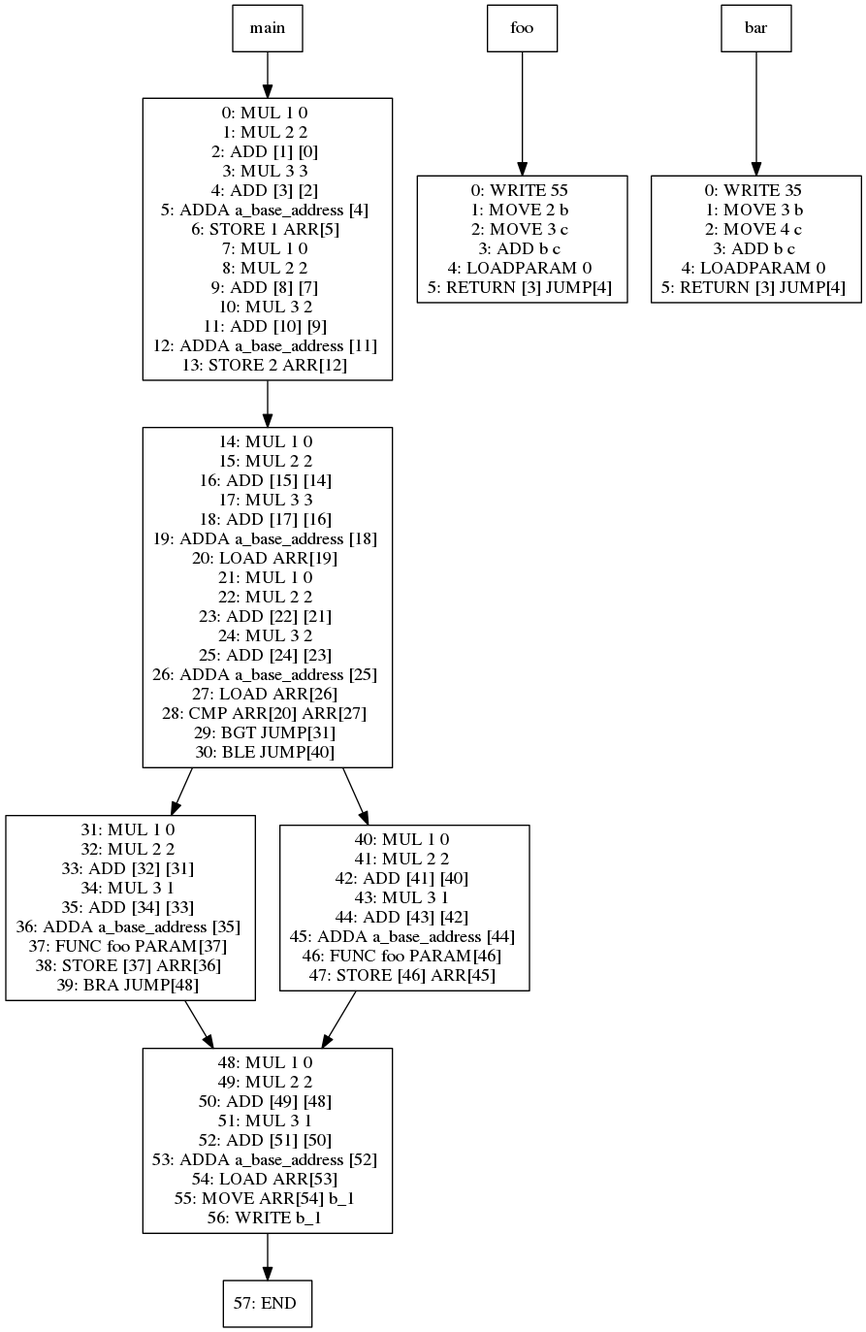
The Graphviz diagram viz/test003.dot.png in jiahanwang/PL241-Compiler, before a commit. Its source is kept beside it as viz/test003.dot. The source it was exported from:
```dot
digraph test003 {
node [shape=box]
1[label="main"]
1 -> 15
15[label="0: MUL 1 0
1: MUL 2 2
2: ADD [1] [0]
3: MUL 3 3
4: ADD [3] [2]
5: ADDA a_base_address [4]
6: STORE 1 ARR[5]
7: MUL 1 0
8: MUL 2 2
9: ADD [8] [7]
10: MUL 3 2
11: ADD [10] [9]
12: ADDA a_base_address [11]
13: STORE 2 ARR[12]
"]
15 -> 17
17[label="14: MUL 1 0
15: MUL 2 2
16: ADD [15] [14]
17: MUL 3 3
18: ADD [17] [16]
19: ADDA a_base_address [18]
20: LOAD ARR[19]
21: MUL 1 0
22: MUL 2 2
23: ADD [22] [21]
24: MUL 3 2
25: ADD [24] [23]
26: ADDA a_base_address [25]
27: LOAD ARR[26]
28: CMP ARR[20] ARR[27]
29: BGT JUMP[31]
30: BLE JUMP[40]
"]
17 -> 19
19[label="31: MUL 1 0
32: MUL 2 2
33: ADD [32] [31]
34: MUL 3 1
35: ADD [34] [33]
36: ADDA a_base_address [35]
37: FUNC foo PARAM[37]
38: STORE [37] ARR[36]
39: BRA JUMP[48]
"]
19 -> 18
18[label="48: MUL 1 0
49: MUL 2 2
50: ADD [49] [48]
51: MUL 3 1
52: ADD [51] [50]
53: ADDA a_base_address [52]
54: LOAD ARR[53]
55: MOVE ARR[54] b_1
56: WRITE b_1
"]
18 -> 23
23[label="57: END
"]
17 -> 20
20[label="40: MUL 1 0
41: MUL 2 2
42: ADD [41] [40]
43: MUL 3 1
44: ADD [43] [42]
45: ADDA a_base_address [44]
46: FUNC foo PARAM[46]
47: STORE [46] ARR[45]
"]
20 -> 18
5[label="foo"]
5 -> 6
6[label="0: WRITE 55
1: MOVE 2 b
2: MOVE 3 c
3: ADD b c
4: LOADPARAM 0
5: RETURN [3] JUMP[4]
"]
10[label="bar"]
10 -> 11
11[label="0: WRITE 35
1: MOVE 3 b
2: MOVE 4 c
3: ADD b c
4: LOADPARAM 0
5: RETURN [3] JUMP[4]
"]
}
```
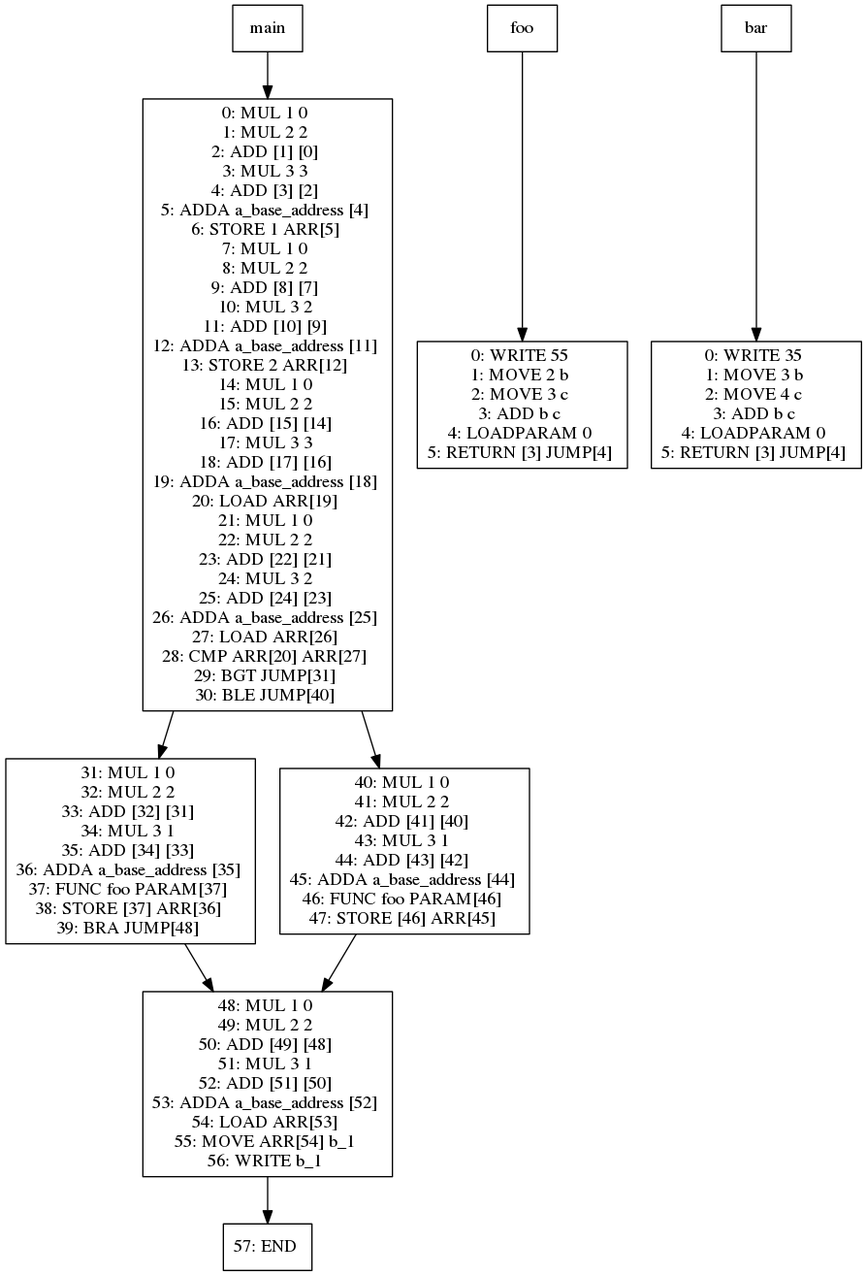
Above is the later version.

The edit, as a diff of the source:
```diff
@@ -16,9 +16,7 @@
 11: ADD [10] [9]
 12: ADDA a_base_address [11]
 13: STORE 2 ARR[12]
-"]
-15 -> 17
-17[label="14: MUL 1 0
+14: MUL 1 0
 15: MUL 2 2
 16: ADD [15] [14]
 17: MUL 3 3
@@ -36,7 +34,7 @@
 29: BGT JUMP[31]
 30: BLE JUMP[40]
 "]
-17 -> 19
+15 -> 19
 19[label="31: MUL 1 0
 32: MUL 2 2
 33: ADD [32] [31]
@@ -61,7 +59,7 @@
 18 -> 23
 23[label="57: END
 "]
-17 -> 20
+15 -> 20
 20[label="40: MUL 1 0
 41: MUL 2 2
 42: ADD [41] [40]
```
